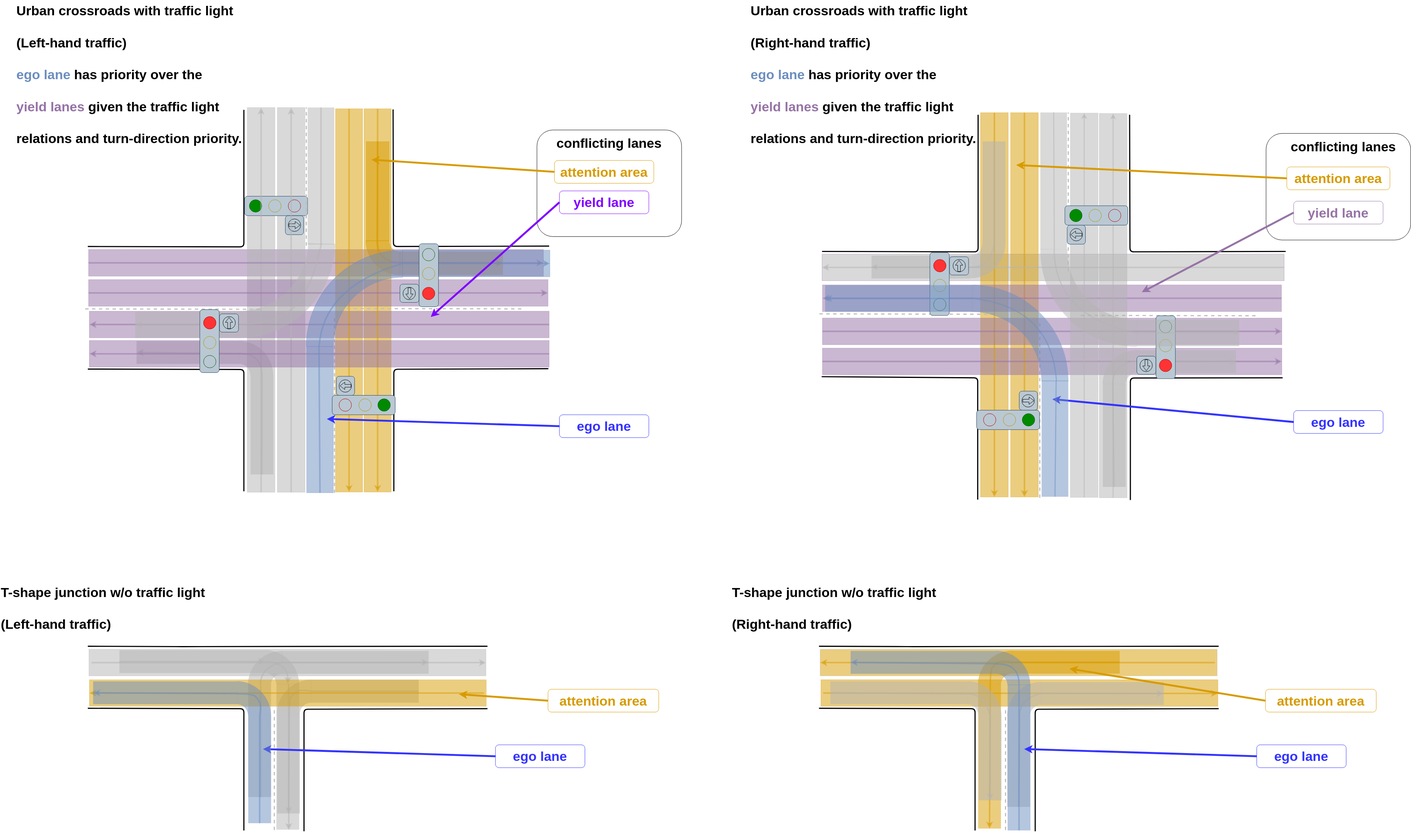
Before: main/planning/behavior_velocity_intersection_module/docs/intersection-attention.drawio.svg, a diagram exported from draw.io (ralwing/autoware.universe). Source tidied: cells renumbered, new cells last; positions are measured from the earlier drawing's top-left corner, leaving out a move shared by most shapes.
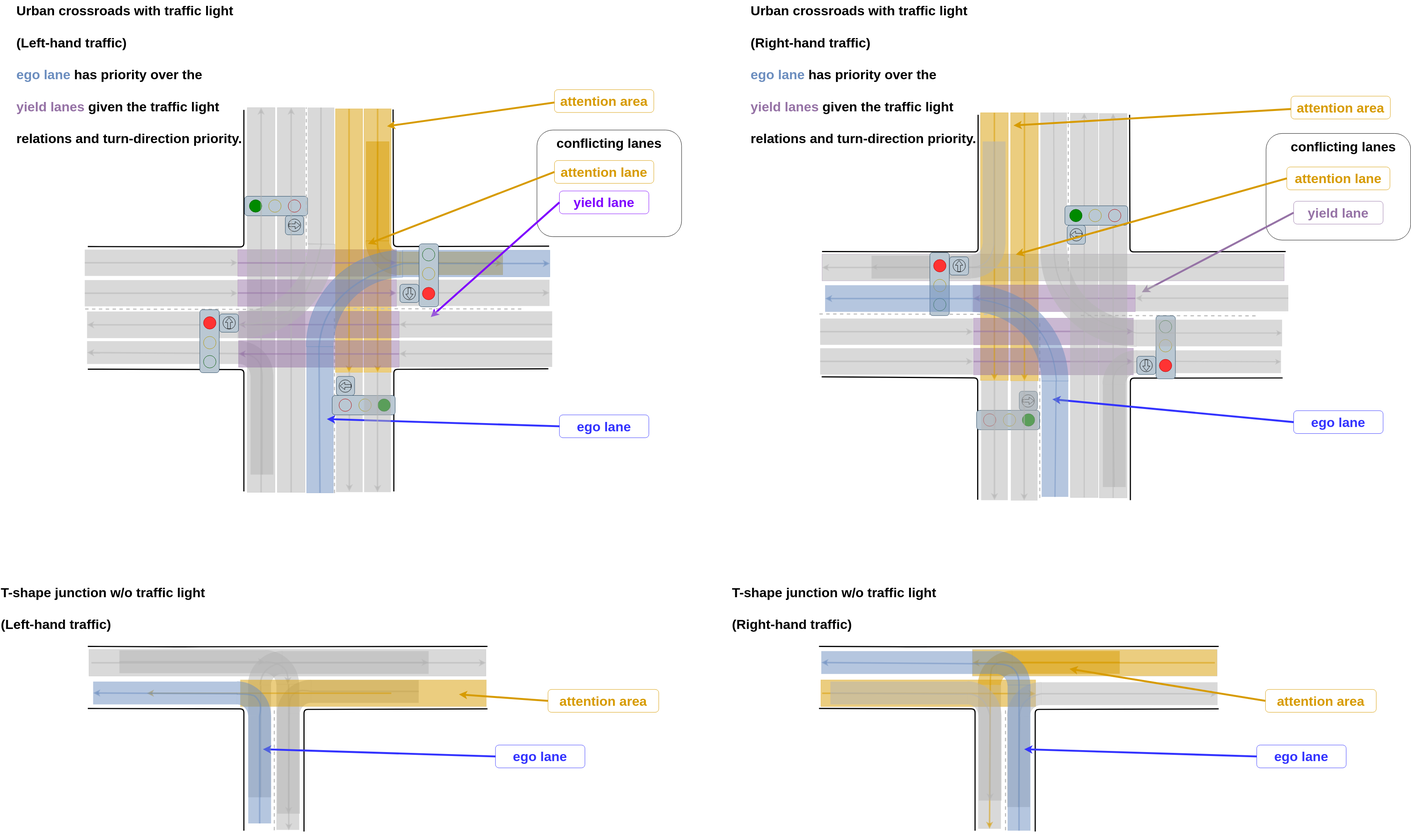
After the commit.

Diff of the diagram source:
```diff
@@ -19,3 +19,3 @@
     </mxCell>
-    <mxCell id="7" style="rounded=0;whiteSpace=wrap;html=1;fillColor=#D79B00;rotation=-90;strokeColor=none;opacity=50;gradientColor=none;" parent="4" vertex="1">
+    <mxCell id="7" style="rounded=0;whiteSpace=wrap;html=1;fillColor=#B3B3B3;rotation=-90;strokeColor=none;opacity=50;gradientColor=none;" parent="4" vertex="1">
       <mxGeometry x="-74" y="238" width="378" height="60" as="geometry" />
@@ -39,3 +39,3 @@
     <mxCell id="11" style="group;rotation=0;fillColor=#D79B00;strokeColor=#D79B00;opacity=50;flipH=1;" parent="1" vertex="1">
-      <mxGeometry x="2156" y="1785" width="1043" height="69.9" as="geometry" />
+      <mxGeometry x="2156" y="1785" width="564" height="69.9" as="geometry" />
     </mxCell>
@@ -43,4 +43,4 @@
       <mxGeometry relative="1" as="geometry">
-        <mxPoint x="6" y="35" as="sourcePoint" />
-        <mxPoint x="1043" y="36" as="targetPoint" />
+        <mxPoint x="3.2" y="35" as="sourcePoint" />
+        <mxPoint x="564" y="36" as="targetPoint" />
       </mxGeometry>
@@ -51,3 +51,3 @@
     <mxCell id="14" style="rounded=0;whiteSpace=wrap;html=1;fillColor=#D79B00;rotation=-360;fontColor=#333333;strokeColor=#B3B3B3;opacity=50;" parent="13" vertex="1">
-      <mxGeometry width="1043" height="69.9" as="geometry" />
+      <mxGeometry x="400" width="643" height="69.9" as="geometry" />
     </mxCell>
@@ -59,3 +59,3 @@
     <mxCell id="16" style="group;" parent="1" vertex="1">
-      <mxGeometry x="2608" y="1754" width="448.7" height="364.9" as="geometry" />
+      <mxGeometry x="2608" y="1754" width="590" height="364.9" as="geometry" />
     </mxCell>
@@ -65,3 +65,3 @@
     <mxCell id="18" style="rounded=0;whiteSpace=wrap;html=1;fillColor=#B3B3B3;rotation=0;strokeColor=none;opacity=50;" parent="16" vertex="1">
-      <mxGeometry x="126.4" y="37.2" width="322.3" height="60" as="geometry" />
+      <mxGeometry x="126.4" y="37.2" width="463.6" height="60" as="geometry" />
     </mxCell>
@@ -115,9 +115,9 @@
     <mxCell id="30" style="rounded=0;whiteSpace=wrap;html=1;fillColor=#9673A6;rotation=-180;strokeColor=#9673a6;opacity=50;" parent="1" vertex="1">
-      <mxGeometry x="232" y="655" width="1195" height="69.9" as="geometry" />
+      <mxGeometry x="624" y="655" width="417" height="69.9" as="geometry" />
     </mxCell>
     <mxCell id="31" style="rounded=0;whiteSpace=wrap;html=1;fillColor=#D79B00;strokeColor=#d79b00;rotation=90;opacity=50;" parent="1" vertex="1">
-      <mxGeometry x="488" y="753" width="1006.7" height="71.2" as="geometry" />
+      <mxGeometry x="645.3" y="595.7" width="692" height="71.2" as="geometry" />
     </mxCell>
     <mxCell id="32" style="rounded=0;whiteSpace=wrap;html=1;fillColor=#D79B00;strokeColor=#d79b00;rotation=90;opacity=50;" parent="1" vertex="1">
-      <mxGeometry x="413" y="753" width="1006.7" height="71.2" as="geometry" />
+      <mxGeometry x="570.3" y="595.8" width="692.2" height="71.2" as="geometry" />
     </mxCell>
@@ -188,3 +188,3 @@
     <mxCell id="42" style="rounded=0;whiteSpace=wrap;html=1;fillColor=#9673A6;rotation=-180;strokeColor=#9673a6;opacity=50;" parent="1" vertex="1">
-      <mxGeometry x="234" y="817" width="1208" height="69.9" as="geometry" />
+      <mxGeometry x="626" y="817" width="422" height="69.9" as="geometry" />
     </mxCell>
@@ -248,3 +248,3 @@
     <mxCell id="61" style="rounded=0;whiteSpace=wrap;html=1;fillColor=#B3B3B3;rotation=0;strokeColor=none;opacity=50;gradientColor=none;" parent="58" vertex="1">
-      <mxGeometry y="37.4" width="270" height="60" as="geometry" />
+      <mxGeometry x="-130" y="37.4" width="400" height="60" as="geometry" />
     </mxCell>
@@ -282,6 +282,6 @@
     <mxCell id="67" style="rounded=0;whiteSpace=wrap;html=1;fillColor=#9673A6;rotation=-180;strokeColor=#9673a6;opacity=50;" parent="1" vertex="1">
-      <mxGeometry x="232" y="734" width="1207" height="69.9" as="geometry" />
+      <mxGeometry x="624" y="734" width="417" height="69.9" as="geometry" />
     </mxCell>
     <mxCell id="68" style="rounded=0;whiteSpace=wrap;html=1;fillColor=#9673A6;rotation=-180;strokeColor=#9673a6;opacity=50;" parent="1" vertex="1">
-      <mxGeometry x="234" y="894" width="1208" height="69.9" as="geometry" />
+      <mxGeometry x="626" y="894" width="422" height="69.9" as="geometry" />
     </mxCell>
@@ -300,3 +300,3 @@
     <mxCell id="73" style="rounded=0;whiteSpace=wrap;html=1;fillColor=#B3B3B3;rotation=-360;strokeColor=none;opacity=50;" parent="70" vertex="1">
-      <mxGeometry x="86.4" y="541.5" width="270" height="70" as="geometry" />
+      <mxGeometry x="-40" y="541.5" width="396.4" height="70" as="geometry" />
     </mxCell>
@@ -378,6 +378,6 @@
     <mxCell id="86" style="rounded=0;whiteSpace=wrap;html=1;fillColor=#D79B00;rotation=90;strokeColor=#d79b00;opacity=50;direction=west;" parent="1" vertex="1">
-      <mxGeometry x="2107" y="764" width="1009.5" height="72.6" as="geometry" />
+      <mxGeometry x="2260.3" y="610.7" width="703" height="72.6" as="geometry" />
     </mxCell>
     <mxCell id="87" style="rounded=0;whiteSpace=wrap;html=1;fillColor=#D79B00;rotation=90;strokeColor=#d79b00;opacity=50;direction=west;" parent="1" vertex="1">
-      <mxGeometry x="2186" y="764" width="1009.5" height="72.6" as="geometry" />
+      <mxGeometry x="2338.8" y="611.2" width="704" height="72.6" as="geometry" />
     </mxCell>
@@ -390,3 +390,3 @@
     <mxCell id="89" style="rounded=0;whiteSpace=wrap;html=1;fillColor=#9673A6;rotation=-180;strokeColor=#9673a6;opacity=50;direction=west;" parent="1" vertex="1">
-      <mxGeometry x="2160" y="914" width="1207" height="69.9" as="geometry" />
+      <mxGeometry x="2557" y="914" width="420" height="69.9" as="geometry" />
     </mxCell>
@@ -417,6 +417,6 @@
     <mxCell id="96" style="rounded=0;whiteSpace=wrap;html=1;fillColor=#9673A6;rotation=-180;strokeColor=#9673a6;opacity=50;direction=west;" parent="1" vertex="1">
-      <mxGeometry x="2160" y="748" width="1206" height="69.9" as="geometry" />
+      <mxGeometry x="2556" y="748" width="426" height="69.9" as="geometry" />
     </mxCell>
     <mxCell id="97" style="rounded=0;whiteSpace=wrap;html=1;fillColor=#9673A6;rotation=-180;strokeColor=#9673a6;opacity=50;direction=west;" parent="1" vertex="1">
-      <mxGeometry x="2160" y="835" width="1207" height="69.9" as="geometry" />
+      <mxGeometry x="2557" y="835" width="420" height="69.9" as="geometry" />
     </mxCell>
@@ -429,3 +429,3 @@
     <mxCell id="100" style="group;rotation=90;" parent="1" vertex="1">
-      <mxGeometry x="2854.8" y="886.5" width="396.2" height="387.9" as="geometry" />
+      <mxGeometry x="2854.8" y="886.5" width="510" height="387.9" as="geometry" />
     </mxCell>
@@ -435,3 +435,3 @@
     <mxCell id="102" style="rounded=0;whiteSpace=wrap;html=1;fillColor=#B3B3B3;rotation=0;strokeColor=none;opacity=50;direction=west;" parent="100" vertex="1">
-      <mxGeometry x="131" y="33" width="261" height="60" as="geometry" />
+      <mxGeometry x="131" y="33" width="379" height="60" as="geometry" />
     </mxCell>
@@ -491,6 +491,6 @@
     <mxCell id="118" style="group;" parent="1" vertex="1">
-      <mxGeometry x="699" y="552" width="745" height="741.9" as="geometry" />
+      <mxGeometry x="699" y="552" width="751" height="831" as="geometry" />
     </mxCell>
     <mxCell id="119" style="group;" parent="118" vertex="1">
-      <mxGeometry width="745" height="741.9" as="geometry" />
+      <mxGeometry width="751" height="831" as="geometry" />
     </mxCell>
@@ -518,2 +518,17 @@
     </mxCell>
+    <mxCell id="283" style="rounded=0;whiteSpace=wrap;html=1;fillColor=#B3B3B3;rotation=-180;strokeColor=none;opacity=50;gradientColor=none;" parent="119" vertex="1">
+      <mxGeometry x="342" y="182" width="402" height="69.1" as="geometry" />
+    </mxCell>
+    <mxCell id="284" style="endArrow=classic;html=1;rounded=0;strokeColor=#B3B3B3;strokeWidth=4;opacity=50;entryX=0;entryY=0.5;entryDx=0;entryDy=0;exitX=1;exitY=0.5;exitDx=0;exitDy=0;endFill=1;" parent="119" edge="1" source="283" target="283">
+      <mxGeometry relative="1" as="geometry" />
+    </mxCell>
+    <mxCell id="285" style="rounded=0;whiteSpace=wrap;html=1;fillColor=#B3B3B3;rotation=-180;strokeColor=none;opacity=50;gradientColor=none;direction=north;" parent="119" vertex="1">
+      <mxGeometry x="183" y="426" width="70.1" height="314" as="geometry" />
+    </mxCell>
+    <mxCell id="286" style="endArrow=classic;html=1;rounded=0;strokeColor=#B3B3B3;strokeWidth=4;opacity=50;entryX=1;entryY=0.5;entryDx=0;entryDy=0;exitX=0;exitY=0.5;exitDx=0;exitDy=0;endFill=1;" parent="119" edge="1">
+      <mxGeometry relative="1" as="geometry">
+        <mxPoint x="218" y="424" as="sourcePoint" />
+        <mxPoint x="218" y="738" as="targetPoint" />
+      </mxGeometry>
+    </mxCell>
     <mxCell id="126" style="group;direction=west;rotation=90;" parent="1" vertex="1">
@@ -564,3 +579,3 @@
     </mxCell>
-    <mxCell id="139" value="&lt;b style=&quot;&quot;&gt;attention area&lt;/b&gt;" style="rounded=1;whiteSpace=wrap;html=1;labelBackgroundColor=#FFFFFF;strokeColor=#D79B00;fontSize=35;fontColor=#D79B00;fillColor=none;" parent="1" vertex="1">
+    <mxCell id="139" value="&lt;b style=&quot;&quot;&gt;attention lane&lt;/b&gt;" style="rounded=1;whiteSpace=wrap;html=1;labelBackgroundColor=#FFFFFF;strokeColor=#D79B00;fontSize=35;fontColor=#D79B00;fillColor=none;" parent="1" vertex="1">
       <mxGeometry x="1456" y="421" width="261" height="60" as="geometry" />
@@ -569,3 +584,3 @@
       <mxGeometry relative="1" as="geometry">
-        <mxPoint x="975" y="419" as="targetPoint" />
+        <mxPoint x="966" y="640" as="targetPoint" />
       </mxGeometry>
@@ -666,3 +681,3 @@
     <mxCell id="169" style="group;" parent="1" vertex="1">
-      <mxGeometry x="2627.6" y="294.9" width="716.7" height="720.3" as="geometry" />
+      <mxGeometry x="2627.6" y="294.9" width="740" height="720.3" as="geometry" />
     </mxCell>
@@ -675,3 +690,3 @@
     <mxCell id="172" style="rounded=0;whiteSpace=wrap;html=1;fillColor=#B3B3B3;rotation=-360;strokeColor=none;opacity=50;direction=west;" parent="169" vertex="1">
-      <mxGeometry x="357.4" y="544.1" width="270" height="70" as="geometry" />
+      <mxGeometry x="357.4" y="544.1" width="382.6" height="70" as="geometry" />
     </mxCell>
@@ -792,3 +807,3 @@
     </mxCell>
-    <mxCell id="207" value="&lt;b style=&quot;&quot;&gt;attention area&lt;/b&gt;" style="rounded=1;whiteSpace=wrap;html=1;labelBackgroundColor=#FFFFFF;strokeColor=#D79B00;fontSize=35;fontColor=#D79B00;fillColor=none;" parent="1" vertex="1">
+    <mxCell id="207" value="&lt;b style=&quot;&quot;&gt;attention lane&lt;/b&gt;" style="rounded=1;whiteSpace=wrap;html=1;labelBackgroundColor=#FFFFFF;strokeColor=#D79B00;fontSize=35;fontColor=#D79B00;fillColor=none;" parent="1" vertex="1">
       <mxGeometry x="3380" y="438" width="271" height="60" as="geometry" />
@@ -807,3 +822,3 @@
       <mxGeometry relative="1" as="geometry">
-        <mxPoint x="2669" y="433" as="targetPoint" />
+        <mxPoint x="2668" y="668" as="targetPoint" />
       </mxGeometry>
@@ -967,3 +982,3 @@
     <mxCell id="246" style="group;rotation=-180;fillColor=#D79B00;strokeColor=#d6b656;opacity=50;" parent="1" vertex="1">
-      <mxGeometry x="234" y="1785" width="1043" height="69.9" as="geometry" />
+      <mxGeometry x="631" y="1785" width="646" height="69.9" as="geometry" />
     </mxCell>
@@ -971,4 +986,4 @@
       <mxGeometry relative="1" as="geometry">
-        <mxPoint x="1037" y="35" as="sourcePoint" />
-        <mxPoint y="35" as="targetPoint" />
+        <mxPoint x="396.4" y="35" as="sourcePoint" />
+        <mxPoint x="-245.9" y="35" as="targetPoint" />
       </mxGeometry>
@@ -1065,3 +1080,3 @@
     <mxCell id="268" style="rounded=0;whiteSpace=wrap;html=1;fillColor=#6C8EBF;rotation=-180;strokeColor=none;opacity=50;" parent="265" vertex="1">
-      <mxGeometry y="37.4" width="383" height="60" as="geometry" />
+      <mxGeometry x="-77" y="37.4" width="460" height="60" as="geometry" />
     </mxCell>
@@ -1124,2 +1139,78 @@
     </mxCell>
+    <mxCell id="287" style="rounded=0;whiteSpace=wrap;html=1;fillColor=#B3B3B3;rotation=-180;strokeColor=none;opacity=50;gradientColor=none;direction=north;" parent="1" vertex="1">
+      <mxGeometry x="956" y="978" width="70.1" height="314" as="geometry" />
+    </mxCell>
+    <mxCell id="288" style="endArrow=classic;html=1;rounded=0;strokeColor=#B3B3B3;strokeWidth=4;opacity=50;entryX=1;entryY=0.5;entryDx=0;entryDy=0;exitX=0;exitY=0.5;exitDx=0;exitDy=0;endFill=1;" parent="1" edge="1" source="287" target="287">
+      <mxGeometry relative="1" as="geometry" />
+    </mxCell>
+    <mxCell id="289" style="rounded=0;whiteSpace=wrap;html=1;fillColor=#B3B3B3;rotation=-180;strokeColor=none;opacity=50;gradientColor=none;direction=north;" parent="1" vertex="1">
+      <mxGeometry x="2577" y="999" width="70.1" height="314" as="geometry" />
+    </mxCell>
+    <mxCell id="290" style="endArrow=classic;html=1;rounded=0;strokeColor=#B3B3B3;strokeWidth=4;opacity=50;entryX=1;entryY=0.5;entryDx=0;entryDy=0;exitX=0;exitY=0.5;exitDx=0;exitDy=0;endFill=1;" parent="1" edge="1" source="289" target="289">
+      <mxGeometry relative="1" as="geometry" />
+    </mxCell>
+    <mxCell id="291" style="rounded=0;whiteSpace=wrap;html=1;fillColor=#B3B3B3;rotation=-180;strokeColor=none;opacity=50;gradientColor=none;direction=north;" parent="1" vertex="1">
+      <mxGeometry x="2655" y="1000" width="70.1" height="314" as="geometry" />
+    </mxCell>
+    <mxCell id="292" style="endArrow=classic;html=1;rounded=0;strokeColor=#B3B3B3;strokeWidth=4;opacity=50;entryX=1;entryY=0.5;entryDx=0;entryDy=0;exitX=0;exitY=0.5;exitDx=0;exitDy=0;endFill=1;" parent="1" edge="1" source="291" target="291">
+      <mxGeometry relative="1" as="geometry" />
+    </mxCell>
+    <mxCell id="293" style="rounded=0;whiteSpace=wrap;html=1;fillColor=#B3B3B3;rotation=-180;strokeColor=none;opacity=50;gradientColor=none;" parent="1" vertex="1">
+      <mxGeometry x="222" y="655" width="402" height="69.1" as="geometry" />
+    </mxCell>
+    <mxCell id="294" style="endArrow=classic;html=1;rounded=0;strokeColor=#B3B3B3;strokeWidth=4;opacity=50;entryX=0;entryY=0.5;entryDx=0;entryDy=0;exitX=1;exitY=0.5;exitDx=0;exitDy=0;endFill=1;" parent="1" edge="1" source="293" target="293">
+      <mxGeometry relative="1" as="geometry" />
+    </mxCell>
+    <mxCell id="295" style="rounded=0;whiteSpace=wrap;html=1;fillColor=#B3B3B3;rotation=-180;strokeColor=none;opacity=50;gradientColor=none;" parent="1" vertex="1">
+      <mxGeometry x="222" y="735" width="402" height="69.1" as="geometry" />
+    </mxCell>
+    <mxCell id="296" style="endArrow=classic;html=1;rounded=0;strokeColor=#B3B3B3;strokeWidth=4;opacity=50;entryX=0;entryY=0.5;entryDx=0;entryDy=0;exitX=1;exitY=0.5;exitDx=0;exitDy=0;endFill=1;" parent="1" edge="1" source="295" target="295">
+      <mxGeometry relative="1" as="geometry" />
+    </mxCell>
+    <mxCell id="297" style="rounded=0;whiteSpace=wrap;html=1;fillColor=#B3B3B3;rotation=-180;strokeColor=none;opacity=50;gradientColor=none;direction=west;" parent="1" vertex="1">
+      <mxGeometry x="1048" y="817" width="402" height="69.1" as="geometry" />
+    </mxCell>
+    <mxCell id="298" style="endArrow=classic;html=1;rounded=0;strokeColor=#B3B3B3;strokeWidth=4;opacity=50;entryX=0;entryY=0.5;entryDx=0;entryDy=0;exitX=1;exitY=0.5;exitDx=0;exitDy=0;endFill=1;" parent="1" edge="1" source="297" target="297">
+      <mxGeometry relative="1" as="geometry" />
+    </mxCell>
+    <mxCell id="299" style="rounded=0;whiteSpace=wrap;html=1;fillColor=#B3B3B3;rotation=-180;strokeColor=none;opacity=50;gradientColor=none;direction=west;" parent="1" vertex="1">
+      <mxGeometry x="1048" y="894" width="402" height="69.1" as="geometry" />
+    </mxCell>
+    <mxCell id="300" style="endArrow=classic;html=1;rounded=0;strokeColor=#B3B3B3;strokeWidth=4;opacity=50;entryX=0;entryY=0.5;entryDx=0;entryDy=0;exitX=1;exitY=0.5;exitDx=0;exitDy=0;endFill=1;" parent="1" edge="1" source="299" target="299">
+      <mxGeometry relative="1" as="geometry" />
+    </mxCell>
+    <mxCell id="301" style="rounded=0;whiteSpace=wrap;html=1;fillColor=#B3B3B3;rotation=-180;strokeColor=none;opacity=50;gradientColor=none;direction=west;" parent="1" vertex="1">
+      <mxGeometry x="2982" y="748" width="402" height="69.1" as="geometry" />
+    </mxCell>
+    <mxCell id="302" style="endArrow=classic;html=1;rounded=0;strokeColor=#B3B3B3;strokeWidth=4;opacity=50;entryX=0;entryY=0.5;entryDx=0;entryDy=0;exitX=1;exitY=0.5;exitDx=0;exitDy=0;endFill=1;" parent="1" edge="1" source="301" target="301">
+      <mxGeometry relative="1" as="geometry" />
+    </mxCell>
+    <mxCell id="303" style="rounded=0;whiteSpace=wrap;html=1;fillColor=#B3B3B3;rotation=-180;strokeColor=none;opacity=50;gradientColor=none;direction=east;" parent="1" vertex="1">
+      <mxGeometry x="2154" y="836" width="402" height="69.1" as="geometry" />
+    </mxCell>
+    <mxCell id="304" style="endArrow=classic;html=1;rounded=0;strokeColor=#B3B3B3;strokeWidth=4;opacity=50;entryX=0;entryY=0.5;entryDx=0;entryDy=0;exitX=1;exitY=0.5;exitDx=0;exitDy=0;endFill=1;" parent="1" edge="1" source="303" target="303">
+      <mxGeometry relative="1" as="geometry" />
+    </mxCell>
+    <mxCell id="305" style="rounded=0;whiteSpace=wrap;html=1;fillColor=#B3B3B3;rotation=-180;strokeColor=none;opacity=50;gradientColor=none;direction=east;" parent="1" vertex="1">
+      <mxGeometry x="2154" y="914" width="402" height="69.1" as="geometry" />
+    </mxCell>
+    <mxCell id="306" style="endArrow=classic;html=1;rounded=0;strokeColor=#B3B3B3;strokeWidth=4;opacity=50;entryX=0;entryY=0.5;entryDx=0;entryDy=0;exitX=1;exitY=0.5;exitDx=0;exitDy=0;endFill=1;" parent="1" edge="1" source="305" target="305">
+      <mxGeometry relative="1" as="geometry" />
+    </mxCell>
+    <mxCell id="307" value="&lt;b style=&quot;&quot;&gt;attention area&lt;/b&gt;" style="rounded=1;whiteSpace=wrap;html=1;labelBackgroundColor=#FFFFFF;strokeColor=#D79B00;fontSize=35;fontColor=#D79B00;fillColor=none;" parent="1" vertex="1">
+      <mxGeometry x="1456" y="234.9" width="261" height="60" as="geometry" />
+    </mxCell>
+    <mxCell id="308" style="endArrow=classic;html=1;rounded=0;strokeColor=#D79B00;strokeWidth=5;fontSize=35;fontColor=#D79B00;exitX=0;exitY=0.563;exitDx=0;exitDy=0;exitPerimeter=0;" parent="1" edge="1" source="307">
+      <mxGeometry relative="1" as="geometry">
+        <mxPoint x="1016" y="331" as="targetPoint" />
+      </mxGeometry>
+    </mxCell>
+    <mxCell id="309" value="&lt;b style=&quot;&quot;&gt;attention area&lt;/b&gt;" style="rounded=1;whiteSpace=wrap;html=1;labelBackgroundColor=#FFFFFF;strokeColor=#D79B00;fontSize=35;fontColor=#D79B00;fillColor=none;" parent="1" vertex="1">
+      <mxGeometry x="3391" y="252" width="261" height="60" as="geometry" />
+    </mxCell>
+    <mxCell id="310" style="endArrow=classic;html=1;rounded=0;strokeColor=#D79B00;strokeWidth=5;fontSize=35;fontColor=#D79B00;exitX=0;exitY=0.563;exitDx=0;exitDy=0;exitPerimeter=0;" parent="1" edge="1" source="309">
+      <mxGeometry relative="1" as="geometry">
+        <mxPoint x="2662" y="329" as="targetPoint" />
+      </mxGeometry>
+    </mxCell>
   </root>
```
